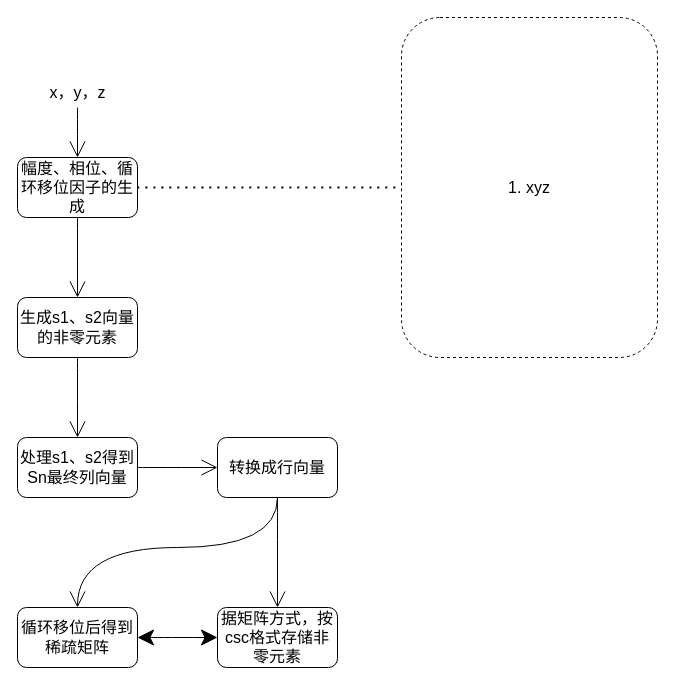
z1025220674/Completion_code keeps this draw.io diagram as 毕设相关流程图.drawio. Above is the earlier version. Source tidied: cells renumbered, new cells numbered last; positions are measured from the earlier drawing's top-left corner, leaving out a move shared by most shapes. Both pictures are drawn from the tidied source at 100%, with x=0, y=0 at pixel (17, 17).
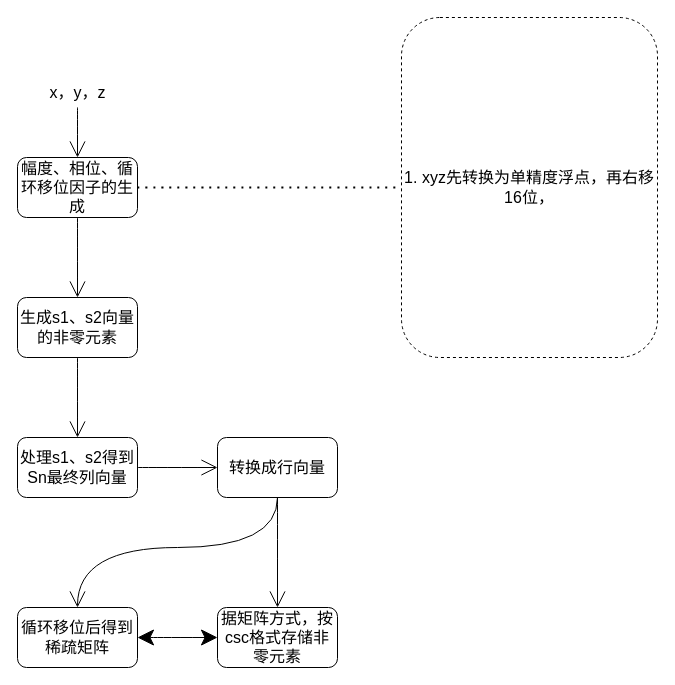
After the change.

Diff of the diagram source:
```diff
@@
 <mxGraphModel>
   <root>
     <mxCell id="0" />
     <mxCell id="1" parent="0" />
     <mxCell id="2" style="edgeStyle=orthogonalEdgeStyle;curved=1;rounded=0;jettySize=auto;html=1;fontSize=12;endArrow=open;startSize=14;endSize=14;" parent="1" edge="1" source="3" target="7">
       <mxGeometry relative="1" as="geometry" />
     </mxCell>
     <mxCell id="3" value="幅度、相位、循环移位因子的生成" style="rounded=1;whiteSpace=wrap;html=1;fontSize=16;" parent="1" vertex="1">
       <mxGeometry y="140" width="120" height="60" as="geometry" />
     </mxCell>
     <mxCell id="4" style="edgeStyle=orthogonalEdgeStyle;curved=1;rounded=0;jettySize=auto;html=1;fontSize=12;endArrow=open;startSize=14;endSize=14;" parent="1" edge="1" source="5" target="3">
       <mxGeometry relative="1" as="geometry" />
     </mxCell>
     <mxCell id="5" value="x，y，z" style="text;html=1;align=center;verticalAlign=middle;points=[];strokeColor=none;fillColor=none;fontSize=16;" parent="1" vertex="1">
       <mxGeometry x="20" y="60" width="80" height="30" as="geometry" />
     </mxCell>
     <mxCell id="6" style="edgeStyle=orthogonalEdgeStyle;curved=1;rounded=0;jettySize=auto;html=1;fontSize=12;endArrow=open;startSize=14;endSize=14;" parent="1" edge="1" source="7" target="9">
       <mxGeometry relative="1" as="geometry" />
     </mxCell>
     <mxCell id="7" value="生成s1、s2向量的非零元素" style="whiteSpace=wrap;html=1;fontSize=16;rounded=1;" parent="1" vertex="1">
       <mxGeometry y="280" width="120" height="60" as="geometry" />
     </mxCell>
     <mxCell id="8" style="edgeStyle=orthogonalEdgeStyle;curved=1;rounded=0;jettySize=auto;html=1;fontSize=12;endArrow=open;startSize=14;endSize=14;" parent="1" edge="1" source="9" target="12">
       <mxGeometry relative="1" as="geometry" />
     </mxCell>
     <mxCell id="9" value="处理s1、s2得到Sn最终列向量" style="whiteSpace=wrap;html=1;fontSize=16;rounded=1;" parent="1" vertex="1">
       <mxGeometry y="420" width="120" height="60" as="geometry" />
     </mxCell>
     <mxCell id="10" style="edgeStyle=orthogonalEdgeStyle;curved=1;rounded=0;jettySize=auto;html=1;fontSize=12;endArrow=open;startSize=14;endSize=14;entryX=0.5;entryY=0;entryDx=0;entryDy=0;" parent="1" edge="1" source="12" target="13">
       <mxGeometry relative="1" as="geometry">
         <Array as="points">
           <mxPoint x="260" y="530" />
           <mxPoint x="60" y="530" />
         </Array>
       </mxGeometry>
     </mxCell>
     <mxCell id="11" style="edgeStyle=orthogonalEdgeStyle;curved=1;rounded=0;jettySize=auto;html=1;fontSize=12;endArrow=open;startSize=14;endSize=14;" parent="1" edge="1" source="12" target="14">
       <mxGeometry relative="1" as="geometry" />
     </mxCell>
     <mxCell id="12" value="转换成行向量" style="whiteSpace=wrap;html=1;fontSize=16;rounded=1;" parent="1" vertex="1">
       <mxGeometry x="200" y="420" width="120" height="60" as="geometry" />
     </mxCell>
     <mxCell id="13" value="循环移位后得到稀疏矩阵" style="whiteSpace=wrap;html=1;fontSize=16;rounded=1;" parent="1" vertex="1">
       <mxGeometry y="590" width="120" height="60" as="geometry" />
     </mxCell>
     <mxCell id="14" value="据矩阵方式，按csc格式存储非零元素" style="rounded=1;whiteSpace=wrap;html=1;fontSize=16;" parent="1" vertex="1">
       <mxGeometry x="200" y="590" width="120" height="60" as="geometry" />
     </mxCell>
     <mxCell id="15" style="endArrow=classic;startArrow=classic;html=1;rounded=0;fontSize=12;startSize=14;endSize=14;curved=1;exitX=1;exitY=0.5;exitDx=0;exitDy=0;entryX=0;entryY=0.5;entryDx=0;entryDy=0;" parent="1" edge="1" source="13" target="14">
       <mxGeometry relative="1" as="geometry" />
     </mxCell>
     <mxCell id="16" style="endArrow=none;dashed=1;html=1;dashPattern=1 3;strokeWidth=2;rounded=0;fontSize=12;startSize=14;endSize=14;curved=1;exitX=1;exitY=0.5;exitDx=0;exitDy=0;entryX=0;entryY=0.5;entryDx=0;entryDy=0;" parent="1" edge="1" source="3" target="17">
       <mxGeometry relative="1" as="geometry" />
     </mxCell>
-    <mxCell id="17" value="1. xyz" style="whiteSpace=wrap;html=1;fontSize=16;dashed=1;rounded=1;" parent="1" vertex="1">
+    <mxCell id="17" value="1. xyz先转换为单精度浮点，再右移16位，" style="whiteSpace=wrap;html=1;fontSize=16;dashed=1;rounded=1;" parent="1" vertex="1">
       <mxGeometry x="384" width="256" height="340" as="geometry" />
     </mxCell>
   </root>
 </mxGraphModel>
```
